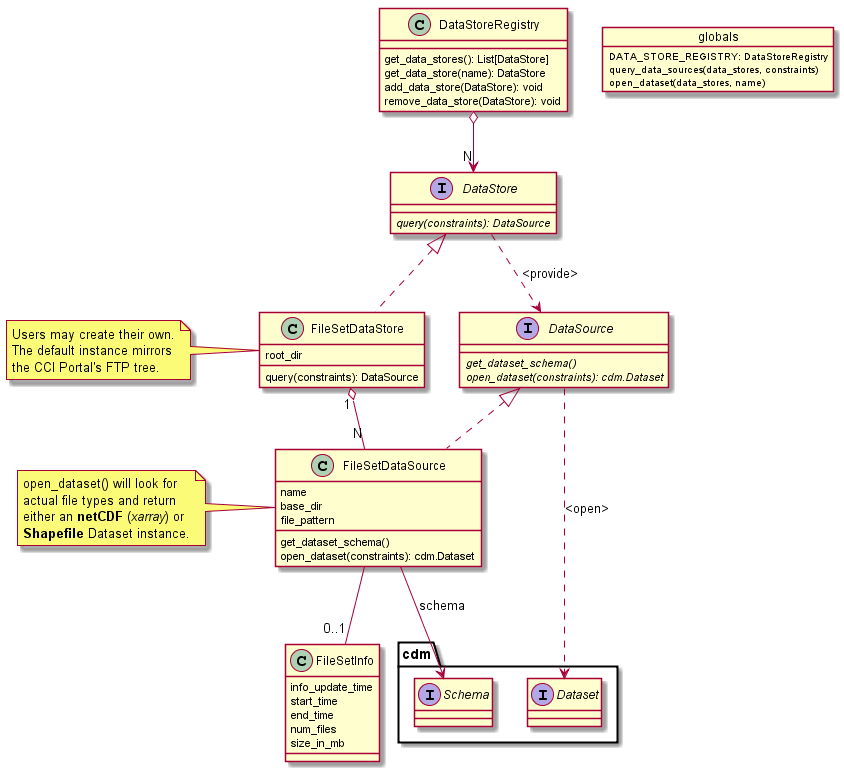
Before: doc/source/_static/uml/io.png, a diagram exported from PlantUML (CCI-Tools/cate). Its diagram source:
```plantuml
@startuml

class DataStoreRegistry {
    get_data_stores(): List[DataStore]
    get_data_store(name): DataStore
    add_data_store(DataStore): void
    remove_data_store(DataStore): void
}

interface DataStore {
    {abstract} query(constraints): DataSource
}

interface DataSource {
    {abstract} get_dataset_schema()
    {abstract} open_dataset(constraints): cdm.Dataset
}

class FileSetDataStore implements DataStore {
    root_dir
    query(constraints): DataSource
}

class FileSetDataSource implements DataSource {
    name
    base_dir
    file_pattern
    get_dataset_schema()
    open_dataset(constraints): cdm.Dataset
}

class FileSetInfo  {
    info_update_time
    start_time
    end_time
    num_files
    size_in_mb
}

DataStoreRegistry o--> "N" DataStore
DataStore  ..>  DataSource: <provide>

DataSource ..>  interface cdm.Dataset: <open>
FileSetDataSource -->  interface cdm.Schema: schema


FileSetDataStore "1" o-- "N" FileSetDataSource
FileSetDataSource -- "0..1" FileSetInfo

note left of FileSetDataStore
Users may create their own.
The default instance mirrors
the CCI Portal's FTP tree.
end note

note left of FileSetDataSource
open_dataset() will look for
actual file types and return
either an <b>netCDF</b> (<i>xarray</i>) or
<b>Shapefile</b> Dataset instance.
end note

object globals {
    DATA_STORE_REGISTRY: DataStoreRegistry
    query_data_sources(data_stores, constraints)
    open_dataset(data_stores, name)
}


@enduml
```
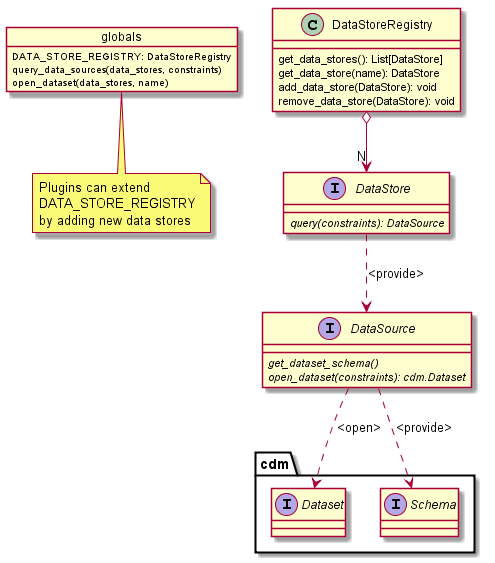
Above is the later version.

What changed in the source:
```diff
@@ -1,4 +1,16 @@
 @startuml
+
+object globals {
+    DATA_STORE_REGISTRY: DataStoreRegistry
+    query_data_sources(data_stores, constraints)
+    open_dataset(data_stores, name)
+}
+
+note bottom of globals
+Plugins can extend
+DATA_STORE_REGISTRY
+by adding new data stores
+end note
 
 class DataStoreRegistry {
     get_data_stores(): List[DataStore]
@@ -16,55 +28,12 @@
     {abstract} open_dataset(constraints): cdm.Dataset
 }
 
-class FileSetDataStore implements DataStore {
-    root_dir
-    query(constraints): DataSource
-}
-
-class FileSetDataSource implements DataSource {
-    name
-    base_dir
-    file_pattern
-    get_dataset_schema()
-    open_dataset(constraints): cdm.Dataset
-}
-
-class FileSetInfo  {
-    info_update_time
-    start_time
-    end_time
-    num_files
-    size_in_mb
-}
-
 DataStoreRegistry o--> "N" DataStore
 DataStore  ..>  DataSource: <provide>
 
 DataSource ..>  interface cdm.Dataset: <open>
-FileSetDataSource -->  interface cdm.Schema: schema
+DataSource ..>  interface cdm.Schema: <provide>
 
-
-FileSetDataStore "1" o-- "N" FileSetDataSource
-FileSetDataSource -- "0..1" FileSetInfo
-
-note left of FileSetDataStore
-Users may create their own.
-The default instance mirrors
-the CCI Portal's FTP tree.
-end note
-
-note left of FileSetDataSource
-open_dataset() will look for
-actual file types and return
-either an <b>netCDF</b> (<i>xarray</i>) or
-<b>Shapefile</b> Dataset instance.
-end note
-
-object globals {
-    DATA_STORE_REGISTRY: DataStoreRegistry
-    query_data_sources(data_stores, constraints)
-    open_dataset(data_stores, name)
-}
 
 
 @enduml
```
